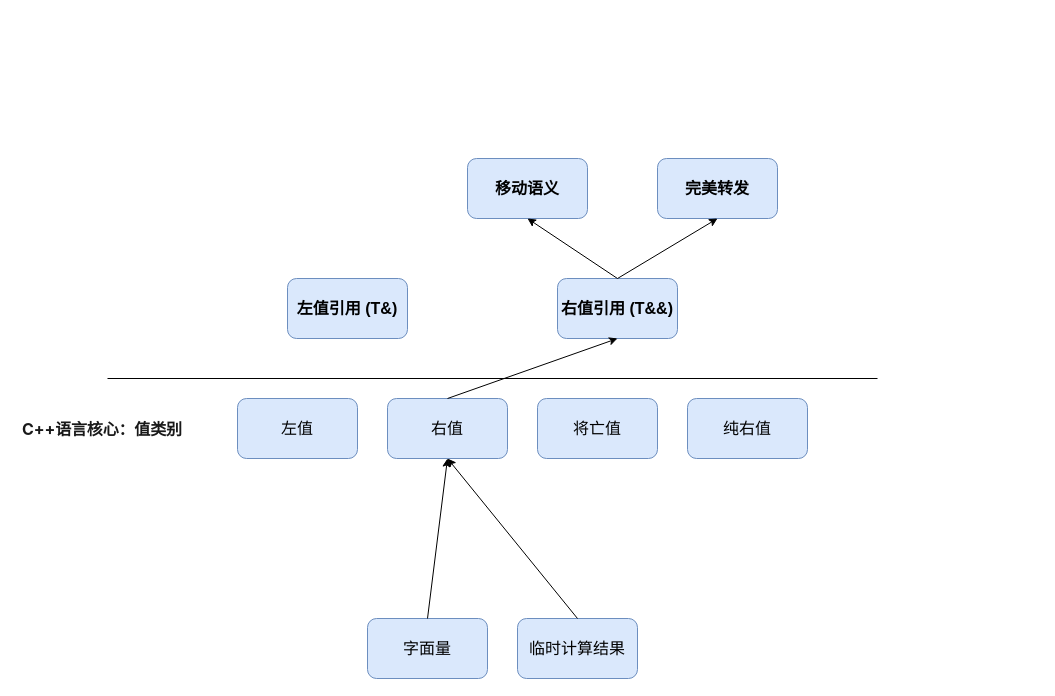
This is C++原理.drawio from wangxiaokun/mypic, a draw.io file, before an edit. Source tidied: cells renumbered, new cells numbered last; positions are measured from the earlier drawing's top-left corner, leaving out a move shared by most shapes. Both pictures are drawn from the tidied source at 100%, with x=0, y=0 at pixel (17, 158).
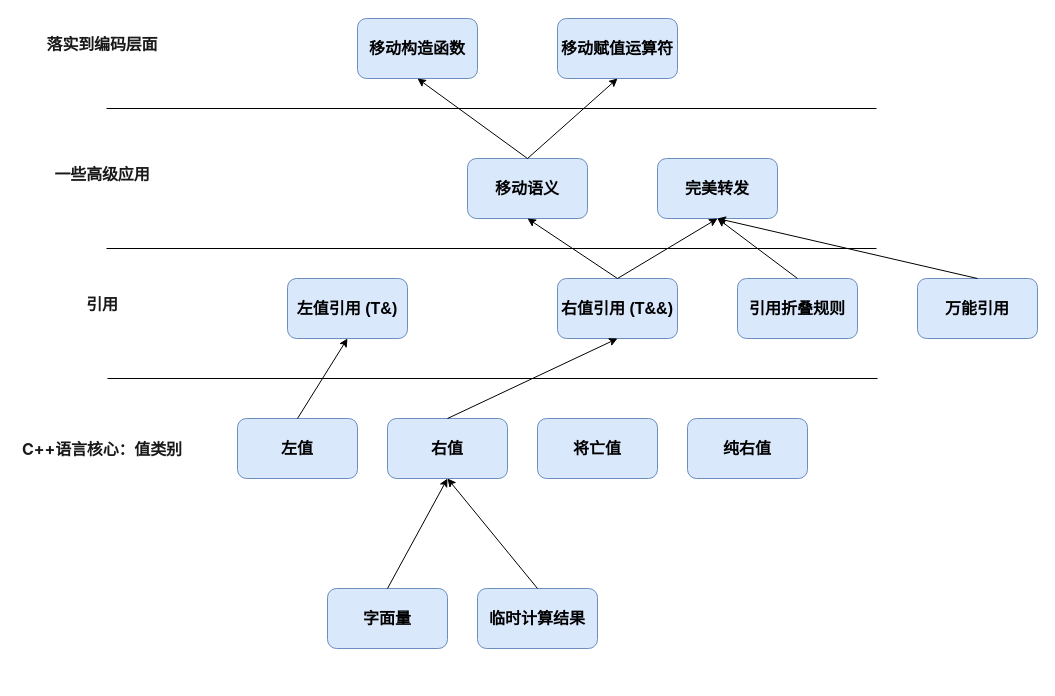
Above is the later version.

The change refers to these unchanged cells:
```xml
<mxCell id="8" value="左值引用 (T&amp;amp;)" style="rounded=1;whiteSpace=wrap;html=1;fillColor=#dae8fc;strokeColor=#6c8ebf;fontSize=16;fontStyle=1;" parent="1" vertex="1">
  <mxGeometry x="270" y="120" width="120" height="60" as="geometry" />
</mxCell>
<mxCell id="10" value="完美转发" style="rounded=1;whiteSpace=wrap;html=1;fillColor=#dae8fc;strokeColor=#6c8ebf;fontSize=16;fontStyle=1;" parent="1" vertex="1">
  <mxGeometry x="640" width="120" height="60" as="geometry" />
</mxCell>
<mxCell id="11" value="移动语义" style="rounded=1;whiteSpace=wrap;html=1;fillColor=#dae8fc;strokeColor=#6c8ebf;fontSize=16;fontStyle=1;" parent="1" vertex="1">
  <mxGeometry x="450" width="120" height="60" as="geometry" />
</mxCell>
```

The edit, as a diff of the source:
```diff
@@
-    <mxCell id="2" value="左值" style="rounded=1;whiteSpace=wrap;html=1;fillColor=#dae8fc;strokeColor=#6c8ebf;fontSize=16;" parent="1" vertex="1">
-      <mxGeometry x="220" y="240" width="120" height="60" as="geometry" />
+    <mxCell id="2" value="左值" style="rounded=1;whiteSpace=wrap;html=1;fillColor=#dae8fc;strokeColor=#6c8ebf;fontSize=16;fontStyle=1;" parent="1" vertex="1">
+      <mxGeometry x="220" y="260" width="120" height="60" as="geometry" />
     </mxCell>
-    <mxCell id="3" value="右值" style="rounded=1;whiteSpace=wrap;html=1;fillColor=#dae8fc;strokeColor=#6c8ebf;fontSize=16;" parent="1" vertex="1">
-      <mxGeometry x="370" y="240" width="120" height="60" as="geometry" />
+    <mxCell id="3" value="右值" style="rounded=1;whiteSpace=wrap;html=1;fillColor=#dae8fc;strokeColor=#6c8ebf;fontSize=16;fontStyle=1;" parent="1" vertex="1">
+      <mxGeometry x="370" y="260" width="120" height="60" as="geometry" />
     </mxCell>
-    <mxCell id="4" value="将亡值" style="rounded=1;whiteSpace=wrap;html=1;fillColor=#dae8fc;strokeColor=#6c8ebf;fontSize=16;" parent="1" vertex="1">
-      <mxGeometry x="520" y="240" width="120" height="60" as="geometry" />
+    <mxCell id="4" value="将亡值" style="rounded=1;whiteSpace=wrap;html=1;fillColor=#dae8fc;strokeColor=#6c8ebf;fontSize=16;fontStyle=1;" parent="1" vertex="1">
+      <mxGeometry x="520" y="260" width="120" height="60" as="geometry" />
     </mxCell>
-    <mxCell id="5" value="纯右值" style="rounded=1;whiteSpace=wrap;html=1;fillColor=#dae8fc;strokeColor=#6c8ebf;fontSize=16;" parent="1" vertex="1">
-      <mxGeometry x="670" y="240" width="120" height="60" as="geometry" />
+    <mxCell id="5" value="纯右值" style="rounded=1;whiteSpace=wrap;html=1;fillColor=#dae8fc;strokeColor=#6c8ebf;fontSize=16;fontStyle=1;" parent="1" vertex="1">
+      <mxGeometry x="670" y="260" width="120" height="60" as="geometry" />
     </mxCell>
     <mxCell id="6" value="&lt;h3 style=&quot;border: 0px; font-variant-numeric: inherit; font-variant-east-asian: inherit; font-variant-alternates: inherit; font-variant-position: inherit; font-variant-emoji: inherit; font-stretch: inherit; font-size: 16px; line-height: 1.25; font-family: &amp;quot;PingFang SC&amp;quot;, -apple-system, &amp;quot;system-ui&amp;quot;, &amp;quot;Segoe UI&amp;quot;, Roboto, Ubuntu, &amp;quot;Helvetica Neue&amp;quot;, Helvetica, Arial, &amp;quot;Hiragino Sans GB&amp;quot;, &amp;quot;Microsoft YaHei UI&amp;quot;, &amp;quot;Microsoft YaHei&amp;quot;, &amp;quot;Source Han Sans CN&amp;quot;, sans-serif; font-optical-sizing: inherit; font-size-adjust: inherit; font-kerning: inherit; font-feature-settings: inherit; font-variation-settings: inherit; margin: 16px 0px; padding: 0px; vertical-align: baseline; color: rgba(0, 0, 0, 0.9); letter-spacing: -0.16px; text-align: start; background-color: rgb(255, 255, 255);&quot;&gt;&lt;span style=&quot;border: 0px; font-style: inherit; font-variant: inherit; font-stretch: inherit; font-size: inherit; line-height: inherit; font-family: inherit; font-optical-sizing: inherit; font-size-adjust: inherit; font-kerning: inherit; font-feature-settings: inherit; font-variation-settings: inherit; margin: 0px; padding: 0px; vertical-align: baseline;&quot;&gt;C++语言核心：值类别&lt;/span&gt;&lt;/h3&gt;" style="text;html=1;align=center;verticalAlign=middle;whiteSpace=wrap;rounded=0;" parent="1" vertex="1">
-      <mxGeometry y="255" width="170" height="30" as="geometry" />
+      <mxGeometry y="275" width="170" height="30" as="geometry" />
     </mxCell>
@@
-    <mxCell id="12" value="&lt;div style=&quot;text-align: left;&quot;&gt;&lt;br&gt;&lt;/div&gt;" style="text;html=1;align=center;verticalAlign=middle;whiteSpace=wrap;rounded=0;" parent="1" vertex="1">
-      <mxGeometry x="480" y="420" width="130" height="30" as="geometry" />
-    </mxCell>
-    <mxCell id="13" value="临时计算结果" style="rounded=1;whiteSpace=wrap;html=1;fillColor=#dae8fc;strokeColor=#6c8ebf;fontSize=16;" parent="1" vertex="1">
-      <mxGeometry x="500" y="460" width="120" height="60" as="geometry" />
+    <mxCell id="13" value="临时计算结果" style="rounded=1;whiteSpace=wrap;html=1;fillColor=#dae8fc;strokeColor=#6c8ebf;fontSize=16;fontStyle=1;" parent="1" vertex="1">
+      <mxGeometry x="460" y="430" width="120" height="60" as="geometry" />
     </mxCell>
-    <mxCell id="14" value="字面量" style="rounded=1;whiteSpace=wrap;html=1;fillColor=#dae8fc;strokeColor=#6c8ebf;fontSize=16;" parent="1" vertex="1">
-      <mxGeometry x="350" y="460" width="120" height="60" as="geometry" />
+    <mxCell id="14" value="字面量" style="rounded=1;whiteSpace=wrap;html=1;fillColor=#dae8fc;strokeColor=#6c8ebf;fontSize=16;fontStyle=1;" parent="1" vertex="1">
+      <mxGeometry x="310" y="430" width="120" height="60" as="geometry" />
     </mxCell>
-    <mxCell id="15" style="endArrow=classic;html=1;rounded=0;entryX=0.5;entryY=1;entryDx=0;entryDy=0;exitX=0.5;exitY=0;exitDx=0;exitDy=0;" parent="1" edge="1" source="14" target="3">
+    <mxCell id="15" style="endArrow=classic;html=1;rounded=0;entryX=0.5;entryY=1;entryDx=0;entryDy=0;exitX=0.5;exitY=0;exitDx=0;exitDy=0;fontSize=16;fontStyle=1;" parent="1" edge="1" source="14" target="3">
       <mxGeometry relative="1" as="geometry" />
     </mxCell>
-    <mxCell id="16" style="endArrow=classic;html=1;rounded=0;entryX=0.5;entryY=1;entryDx=0;entryDy=0;exitX=0.5;exitY=0;exitDx=0;exitDy=0;" parent="1" edge="1" source="13" target="3">
+    <mxCell id="16" style="endArrow=classic;html=1;rounded=0;entryX=0.5;entryY=1;entryDx=0;entryDy=0;exitX=0.5;exitY=0;exitDx=0;exitDy=0;fontSize=16;fontStyle=1;" parent="1" edge="1" source="13" target="3">
       <mxGeometry relative="1" as="geometry" />
     </mxCell>
@@
+    <mxCell id="20" style="endArrow=none;html=1;rounded=0;" parent="1" edge="1">
+      <mxGeometry relative="1" as="geometry">
+        <mxPoint x="89" y="90" as="sourcePoint" />
+        <mxPoint x="859" y="90" as="targetPoint" />
+      </mxGeometry>
+    </mxCell>
+    <mxCell id="21" value="&lt;h3 style=&quot;border: 0px; font-variant-numeric: inherit; font-variant-east-asian: inherit; font-variant-alternates: inherit; font-variant-position: inherit; font-variant-emoji: inherit; font-stretch: inherit; font-size: 16px; line-height: 1.25; font-family: &amp;quot;PingFang SC&amp;quot;, -apple-system, &amp;quot;system-ui&amp;quot;, &amp;quot;Segoe UI&amp;quot;, Roboto, Ubuntu, &amp;quot;Helvetica Neue&amp;quot;, Helvetica, Arial, &amp;quot;Hiragino Sans GB&amp;quot;, &amp;quot;Microsoft YaHei UI&amp;quot;, &amp;quot;Microsoft YaHei&amp;quot;, &amp;quot;Source Han Sans CN&amp;quot;, sans-serif; font-optical-sizing: inherit; font-size-adjust: inherit; font-kerning: inherit; font-feature-settings: inherit; font-variation-settings: inherit; margin: 16px 0px; padding: 0px; vertical-align: baseline; color: rgba(0, 0, 0, 0.9); letter-spacing: -0.16px; text-align: start; background-color: rgb(255, 255, 255);&quot;&gt;引用&lt;/h3&gt;" style="text;html=1;align=center;verticalAlign=middle;whiteSpace=wrap;rounded=0;" parent="1" vertex="1">
+      <mxGeometry y="130" width="170" height="30" as="geometry" />
+    </mxCell>
+    <mxCell id="22" style="endArrow=classic;html=1;rounded=0;entryX=0.5;entryY=1;entryDx=0;entryDy=0;exitX=0.5;exitY=0;exitDx=0;exitDy=0;" parent="1" edge="1" source="2" target="8">
+      <mxGeometry relative="1" as="geometry" />
+    </mxCell>
+    <mxCell id="23" style="endArrow=none;html=1;rounded=0;" parent="1" edge="1">
+      <mxGeometry relative="1" as="geometry">
+        <mxPoint x="89" y="-50" as="sourcePoint" />
+        <mxPoint x="859" y="-50" as="targetPoint" />
+      </mxGeometry>
+    </mxCell>
+    <mxCell id="24" value="移动构造函数" style="rounded=1;whiteSpace=wrap;html=1;fillColor=#dae8fc;strokeColor=#6c8ebf;fontSize=16;fontStyle=1;" parent="1" vertex="1">
+      <mxGeometry x="340" y="-140" width="120" height="60" as="geometry" />
+    </mxCell>
+    <mxCell id="25" value="移动赋值运算符" style="rounded=1;whiteSpace=wrap;html=1;fillColor=#dae8fc;strokeColor=#6c8ebf;fontSize=16;fontStyle=1;" parent="1" vertex="1">
+      <mxGeometry x="540" y="-140" width="120" height="60" as="geometry" />
+    </mxCell>
+    <mxCell id="26" style="endArrow=classic;html=1;rounded=0;entryX=0.5;entryY=1;entryDx=0;entryDy=0;exitX=0.5;exitY=0;exitDx=0;exitDy=0;" parent="1" edge="1" source="11" target="24">
+      <mxGeometry relative="1" as="geometry" />
+    </mxCell>
+    <mxCell id="27" style="endArrow=classic;html=1;rounded=0;entryX=0.5;entryY=1;entryDx=0;entryDy=0;exitX=0.5;exitY=0;exitDx=0;exitDy=0;" parent="1" edge="1" source="11" target="25">
+      <mxGeometry relative="1" as="geometry" />
+    </mxCell>
+    <mxCell id="28" value="&lt;h3 style=&quot;border: 0px; font-variant-numeric: inherit; font-variant-east-asian: inherit; font-variant-alternates: inherit; font-variant-position: inherit; font-variant-emoji: inherit; font-stretch: inherit; font-size: 16px; line-height: 1.25; font-family: &amp;quot;PingFang SC&amp;quot;, -apple-system, &amp;quot;system-ui&amp;quot;, &amp;quot;Segoe UI&amp;quot;, Roboto, Ubuntu, &amp;quot;Helvetica Neue&amp;quot;, Helvetica, Arial, &amp;quot;Hiragino Sans GB&amp;quot;, &amp;quot;Microsoft YaHei UI&amp;quot;, &amp;quot;Microsoft YaHei&amp;quot;, &amp;quot;Source Han Sans CN&amp;quot;, sans-serif; font-optical-sizing: inherit; font-size-adjust: inherit; font-kerning: inherit; font-feature-settings: inherit; font-variation-settings: inherit; margin: 16px 0px; padding: 0px; vertical-align: baseline; color: rgba(0, 0, 0, 0.9); letter-spacing: -0.16px; text-align: start; background-color: rgb(255, 255, 255);&quot;&gt;一些高级应用&lt;/h3&gt;" style="text;html=1;align=center;verticalAlign=middle;whiteSpace=wrap;rounded=0;" parent="1" vertex="1">
+      <mxGeometry width="170" height="30" as="geometry" />
+    </mxCell>
+    <mxCell id="29" value="&lt;h3 style=&quot;border: 0px; font-variant-numeric: inherit; font-variant-east-asian: inherit; font-variant-alternates: inherit; font-variant-position: inherit; font-variant-emoji: inherit; font-stretch: inherit; font-size: 16px; line-height: 1.25; font-family: &amp;quot;PingFang SC&amp;quot;, -apple-system, &amp;quot;system-ui&amp;quot;, &amp;quot;Segoe UI&amp;quot;, Roboto, Ubuntu, &amp;quot;Helvetica Neue&amp;quot;, Helvetica, Arial, &amp;quot;Hiragino Sans GB&amp;quot;, &amp;quot;Microsoft YaHei UI&amp;quot;, &amp;quot;Microsoft YaHei&amp;quot;, &amp;quot;Source Han Sans CN&amp;quot;, sans-serif; font-optical-sizing: inherit; font-size-adjust: inherit; font-kerning: inherit; font-feature-settings: inherit; font-variation-settings: inherit; margin: 16px 0px; padding: 0px; vertical-align: baseline; color: rgba(0, 0, 0, 0.9); letter-spacing: -0.16px; text-align: start; background-color: rgb(255, 255, 255);&quot;&gt;落实到编码层面&lt;/h3&gt;" style="text;html=1;align=center;verticalAlign=middle;whiteSpace=wrap;rounded=0;" parent="1" vertex="1">
+      <mxGeometry y="-130" width="170" height="30" as="geometry" />
+    </mxCell>
+    <mxCell id="30" value="引用折叠规则" style="rounded=1;whiteSpace=wrap;html=1;fillColor=#dae8fc;strokeColor=#6c8ebf;fontSize=16;fontStyle=1;" parent="1" vertex="1">
+      <mxGeometry x="720" y="120" width="120" height="60" as="geometry" />
+    </mxCell>
+    <mxCell id="31" value="万能引用" style="rounded=1;whiteSpace=wrap;html=1;fillColor=#dae8fc;strokeColor=#6c8ebf;fontSize=16;fontStyle=1;" parent="1" vertex="1">
+      <mxGeometry x="900" y="120" width="120" height="60" as="geometry" />
+    </mxCell>
+    <mxCell id="32" style="endArrow=classic;html=1;rounded=0;entryX=0.5;entryY=1;entryDx=0;entryDy=0;exitX=0.5;exitY=0;exitDx=0;exitDy=0;" parent="1" edge="1" source="30" target="10">
+      <mxGeometry relative="1" as="geometry" />
+    </mxCell>
+    <mxCell id="33" style="endArrow=classic;html=1;rounded=0;entryX=0.5;entryY=1;entryDx=0;entryDy=0;exitX=0.5;exitY=0;exitDx=0;exitDy=0;" parent="1" edge="1" source="31" target="10">
+      <mxGeometry relative="1" as="geometry" />
+    </mxCell>
```
